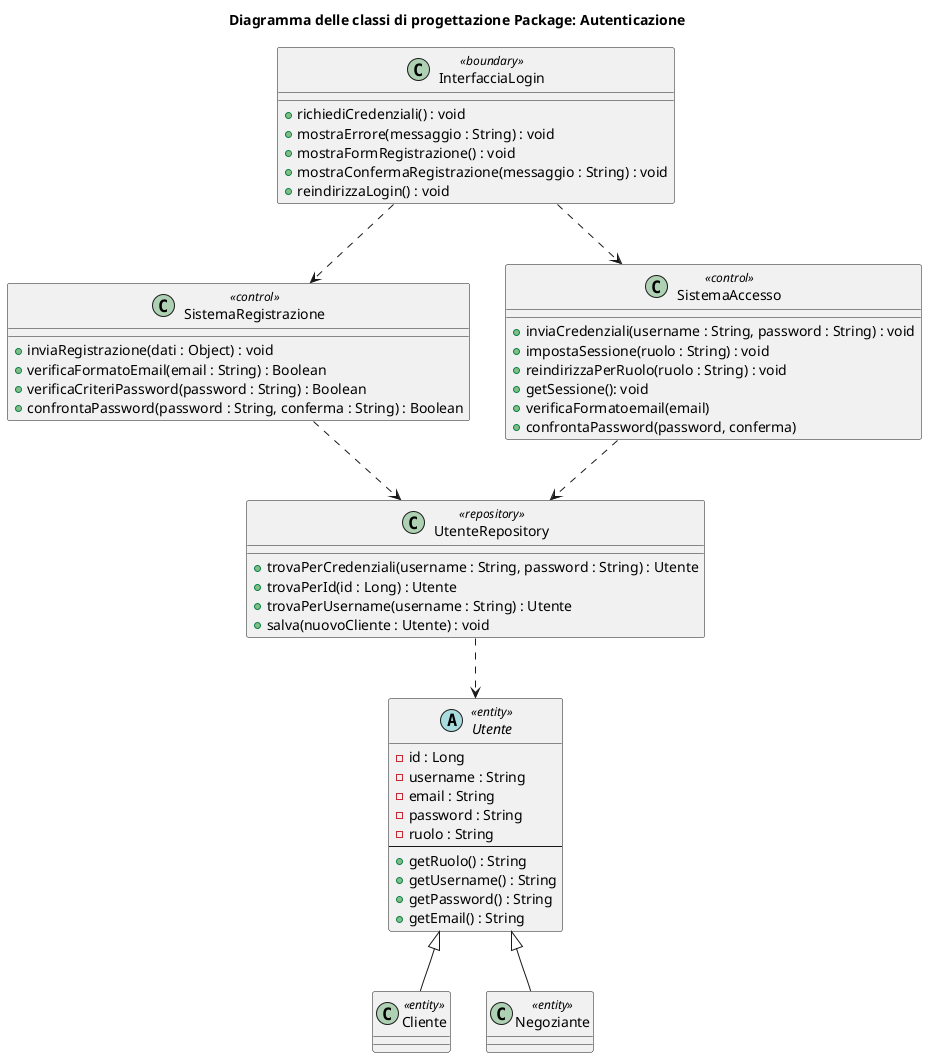
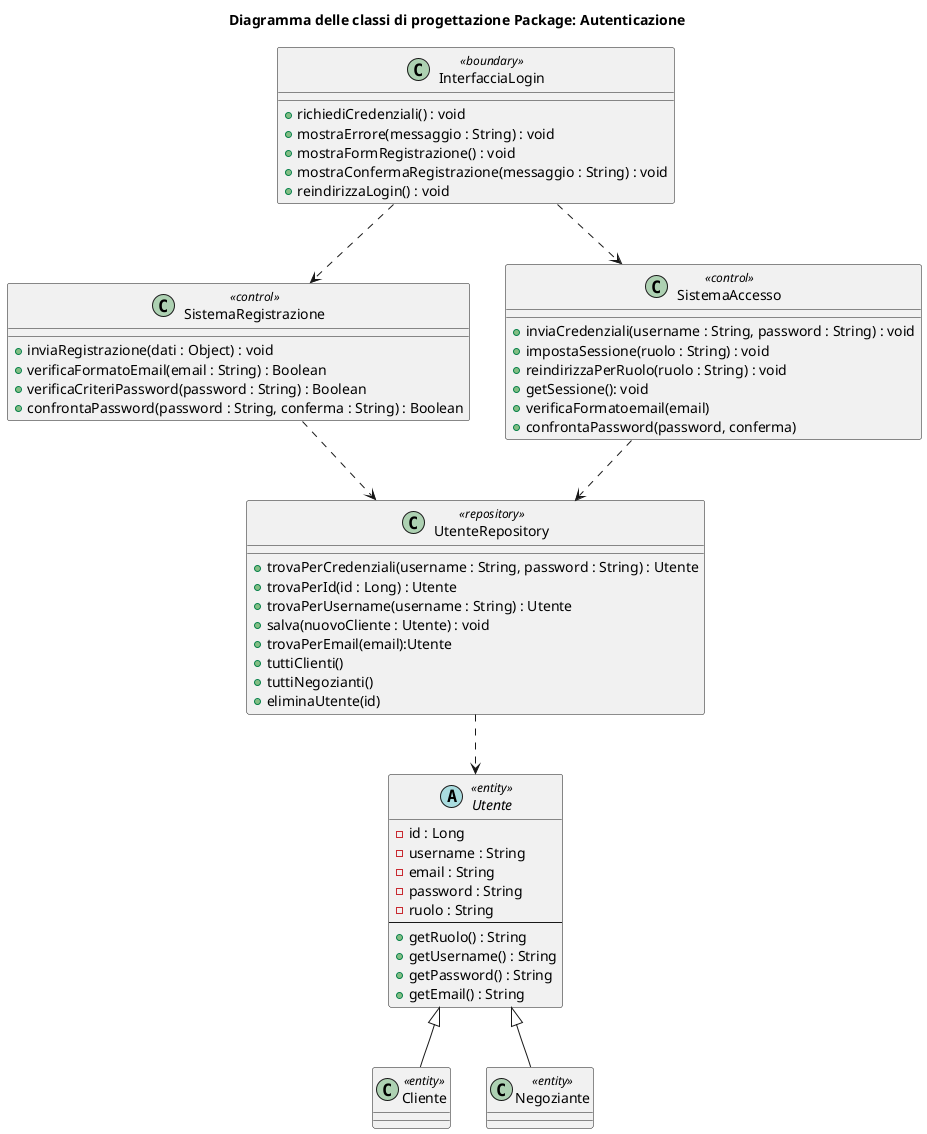
@startuml
title Diagramma delle classi di progettazione Package: Autenticazione


interface InterfacciaLogin <<boundary>>
class SistemaRegistrazione <<control>>
class SistemaAccesso <<control>>
class UtenteRepository <<repository>>
class Cliente <<entity>>
class Negoziante <<entity>>

class "InterfacciaLogin" <<boundary>> {
    ' Autenticazione
    + richiediCredenziali() : void
    + mostraErrore(messaggio : String) : void
    ' Registrazione (PRE-login)
    + mostraFormRegistrazione() : void
    + mostraConfermaRegistrazione(messaggio : String) : void
    + reindirizzaLogin() : void
}
abstract class Utente <<entity>> {
    - id : Long
    - username : String
    - email : String
    - password : String
    - ruolo : String
    --
    + getRuolo() : String
    + getUsername() : String
    + getPassword() : String
    + getEmail() : String
}
class UtenteRepository <<repository>> {
-     ' Gestione generica utenti
    + trovaPerCredenziali(username : String, password : String) : Utente
    + trovaPerId(id : Long) : Utente
    + trovaPerUsername(username : String) : Utente
    + salva(nuovoCliente : Utente) : void
+     + trovaPerEmail(email):Utente
+     + tuttiClienti()
+     + tuttiNegozianti()
+     + eliminaUtente(id)
}
class SistemaRegistrazione <<control>> {
    + inviaRegistrazione(dati : Object) : void
    + verificaFormatoEmail(email : String) : Boolean
    + verificaCriteriPassword(password : String) : Boolean
    + confrontaPassword(password : String, conferma : String) : Boolean
}
class SistemaAccesso <<control>> {
    + inviaCredenziali(username : String, password : String) : void
    + impostaSessione(ruolo : String) : void
    + reindirizzaPerRuolo(ruolo : String) : void
    + getSessione(): void
    + verificaFormatoemail(email)
    + confrontaPassword(password, conferma)
}

Utente <|-- Cliente
Utente <|-- Negoziante

InterfacciaLogin ..> SistemaRegistrazione
SistemaRegistrazione ..> UtenteRepository
SistemaAccesso ..> UtenteRepository
UtenteRepository ..> Utente
InterfacciaLogin ..> SistemaAccesso
- @enduml
+ @enduml